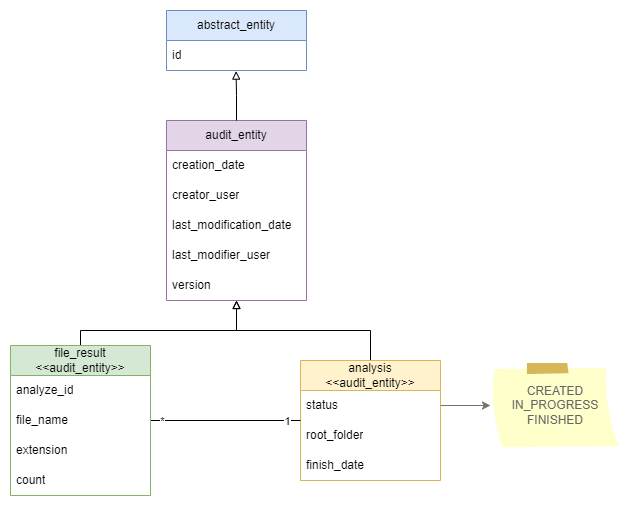
Above: docs/img/entity-diagram.drawio.png in DanisovszkyMark/foldsight (draw.io), before the change. Source tidied: cells renumbered, new cells last; positions are measured from the earlier drawing's top-left corner, leaving out a move shared by most shapes. Source of this version:
```xml
<mxGraphModel>
  <root>
    <mxCell id="0" />
    <mxCell id="1" parent="0" />
    <mxCell id="2" style="edgeStyle=orthogonalEdgeStyle;rounded=0;jettySize=auto;html=1;endArrow=block;endFill=0;" parent="1" edge="1" source="3" target="18">
      <mxGeometry relative="1" as="geometry" />
    </mxCell>
    <mxCell id="3" value="&lt;div&gt;analysis&lt;/div&gt;&lt;div&gt;&amp;lt;&amp;lt;audit_entity&amp;gt;&amp;gt;&lt;/div&gt;" style="swimlane;fontStyle=0;horizontal=1;startSize=30;whiteSpace=wrap;html=1;fillColor=#fff2cc;strokeColor=#d6b656;" parent="1" vertex="1">
      <mxGeometry x="290" y="350" width="140" height="120" as="geometry" />
    </mxCell>
    <mxCell id="4" value="status" style="text;strokeColor=none;fillColor=none;align=left;verticalAlign=middle;spacingLeft=4;spacingRight=4;overflow=hidden;points=[[0,0.5],[1,0.5]];portConstraint=eastwest;whiteSpace=wrap;html=1;" parent="3" vertex="1">
      <mxGeometry y="30" width="140" height="30" as="geometry" />
    </mxCell>
    <mxCell id="5" value="root_folder" style="text;strokeColor=none;fillColor=none;align=left;verticalAlign=middle;spacingLeft=4;spacingRight=4;overflow=hidden;whiteSpace=wrap;html=1;" parent="3" vertex="1">
      <mxGeometry y="60" width="140" height="30" as="geometry" />
    </mxCell>
    <mxCell id="6" value="finish_date" style="text;strokeColor=none;fillColor=none;align=left;verticalAlign=middle;spacingLeft=4;spacingRight=4;overflow=hidden;whiteSpace=wrap;html=1;" parent="3" vertex="1">
      <mxGeometry y="90" width="140" height="30" as="geometry" />
    </mxCell>
    <mxCell id="7" style="edgeStyle=orthogonalEdgeStyle;rounded=0;jettySize=auto;html=1;endArrow=none;endFill=0;" parent="1" edge="1" source="11" target="3">
      <mxGeometry relative="1" as="geometry" />
    </mxCell>
    <mxCell id="8" value="1" style="edgeLabel;html=1;align=center;verticalAlign=middle;" parent="7" vertex="1">
      <mxGeometry x="0.81" relative="1" as="geometry" />
    </mxCell>
    <mxCell id="9" value="*" style="edgeLabel;html=1;align=center;verticalAlign=middle;" parent="7" vertex="1">
      <mxGeometry x="-0.86" relative="1" as="geometry" />
    </mxCell>
    <mxCell id="10" style="edgeStyle=orthogonalEdgeStyle;rounded=0;jettySize=auto;html=1;endArrow=block;endFill=0;" parent="1" edge="1" source="11" target="18">
      <mxGeometry relative="1" as="geometry">
        <Array as="points">
          <mxPoint x="70" y="320" />
          <mxPoint x="226" y="320" />
        </Array>
      </mxGeometry>
    </mxCell>
    <mxCell id="11" value="file_result&lt;div&gt;&amp;lt;&amp;lt;audit_entity&amp;gt;&amp;gt;&lt;/div&gt;" style="swimlane;fontStyle=0;horizontal=1;startSize=30;whiteSpace=wrap;html=1;fillColor=#d5e8d4;strokeColor=#82b366;" parent="1" vertex="1">
      <mxGeometry y="335" width="140" height="150" as="geometry" />
    </mxCell>
    <mxCell id="12" value="analyze_id" style="text;strokeColor=none;fillColor=none;align=left;verticalAlign=middle;spacingLeft=4;spacingRight=4;overflow=hidden;whiteSpace=wrap;html=1;" parent="11" vertex="1">
      <mxGeometry y="30" width="140" height="30" as="geometry" />
    </mxCell>
    <mxCell id="13" value="file_name" style="text;strokeColor=none;fillColor=none;align=left;verticalAlign=middle;spacingLeft=4;spacingRight=4;overflow=hidden;whiteSpace=wrap;html=1;" parent="11" vertex="1">
      <mxGeometry y="60" width="140" height="30" as="geometry" />
    </mxCell>
    <mxCell id="14" value="extension" style="text;strokeColor=none;fillColor=none;align=left;verticalAlign=middle;spacingLeft=4;spacingRight=4;overflow=hidden;whiteSpace=wrap;html=1;" parent="11" vertex="1">
      <mxGeometry y="90" width="140" height="30" as="geometry" />
    </mxCell>
    <mxCell id="15" value="count" style="text;strokeColor=none;fillColor=none;align=left;verticalAlign=middle;spacingLeft=4;spacingRight=4;overflow=hidden;whiteSpace=wrap;html=1;" parent="11" vertex="1">
      <mxGeometry y="120" width="140" height="30" as="geometry" />
    </mxCell>
    <mxCell id="16" value="abstract_entity" style="swimlane;fontStyle=0;horizontal=1;startSize=30;whiteSpace=wrap;html=1;fillColor=#dae8fc;strokeColor=#6c8ebf;" parent="1" vertex="1">
      <mxGeometry x="156" width="140" height="60" as="geometry" />
    </mxCell>
    <mxCell id="17" value="id" style="text;strokeColor=none;fillColor=none;align=left;verticalAlign=middle;spacingLeft=4;spacingRight=4;overflow=hidden;points=[[0,0.5],[1,0.5]];portConstraint=eastwest;whiteSpace=wrap;html=1;" parent="16" vertex="1">
      <mxGeometry y="30" width="140" height="30" as="geometry" />
    </mxCell>
    <mxCell id="18" value="audit_entity" style="swimlane;fontStyle=0;horizontal=1;startSize=30;whiteSpace=wrap;html=1;fillColor=#e1d5e7;strokeColor=#9673a6;" parent="1" vertex="1">
      <mxGeometry x="156" y="110" width="140" height="180" as="geometry" />
    </mxCell>
    <mxCell id="19" value="creation_date" style="text;strokeColor=none;fillColor=none;align=left;verticalAlign=middle;spacingLeft=4;spacingRight=4;overflow=hidden;whiteSpace=wrap;html=1;" parent="18" vertex="1">
      <mxGeometry y="30" width="140" height="30" as="geometry" />
    </mxCell>
    <mxCell id="20" value="creator_user" style="text;strokeColor=none;fillColor=none;align=left;verticalAlign=middle;spacingLeft=4;spacingRight=4;overflow=hidden;whiteSpace=wrap;html=1;" parent="18" vertex="1">
      <mxGeometry y="60" width="140" height="30" as="geometry" />
    </mxCell>
    <mxCell id="21" value="last_modification_date" style="text;strokeColor=none;fillColor=none;align=left;verticalAlign=middle;spacingLeft=4;spacingRight=4;overflow=hidden;whiteSpace=wrap;html=1;" parent="18" vertex="1">
      <mxGeometry y="90" width="140" height="30" as="geometry" />
    </mxCell>
    <mxCell id="22" value="last_modifier_user" style="text;strokeColor=none;fillColor=none;align=left;verticalAlign=middle;spacingLeft=4;spacingRight=4;overflow=hidden;whiteSpace=wrap;html=1;" parent="18" vertex="1">
      <mxGeometry y="120" width="140" height="30" as="geometry" />
    </mxCell>
    <mxCell id="23" value="version" style="text;strokeColor=none;fillColor=none;align=left;verticalAlign=middle;spacingLeft=4;spacingRight=4;overflow=hidden;whiteSpace=wrap;html=1;" parent="18" vertex="1">
      <mxGeometry y="150" width="140" height="30" as="geometry" />
    </mxCell>
    <mxCell id="24" style="edgeStyle=orthogonalEdgeStyle;rounded=0;jettySize=auto;html=1;entryX=0.497;entryY=1.02;entryDx=0;entryDy=0;entryPerimeter=0;endArrow=block;endFill=0;" parent="1" edge="1" source="18" target="17">
      <mxGeometry relative="1" as="geometry" />
    </mxCell>
    <mxCell id="25" value="CREATED&lt;div style=&quot;font-size: 12px;&quot;&gt;IN_PROGRESS&lt;/div&gt;&lt;div style=&quot;font-size: 12px;&quot;&gt;FINISHED&lt;/div&gt;" style="strokeWidth=1;shadow=0;dashed=0;align=center;html=1;shape=mxgraph.mockup.text.stickyNote2;fontColor=#666666;mainText=;fontSize=12;whiteSpace=wrap;fillColor=#ffffcc;strokeColor=#D6B656;" parent="1" vertex="1">
      <mxGeometry x="480" y="352.5" width="130" height="85" as="geometry" />
    </mxCell>
    <mxCell id="26" style="edgeStyle=orthogonalEdgeStyle;rounded=0;jettySize=auto;html=1;fontColor=default;strokeColor=#737373;" parent="1" edge="1" source="4" target="25">
      <mxGeometry relative="1" as="geometry" />
    </mxCell>
  </root>
</mxGraphModel>
```
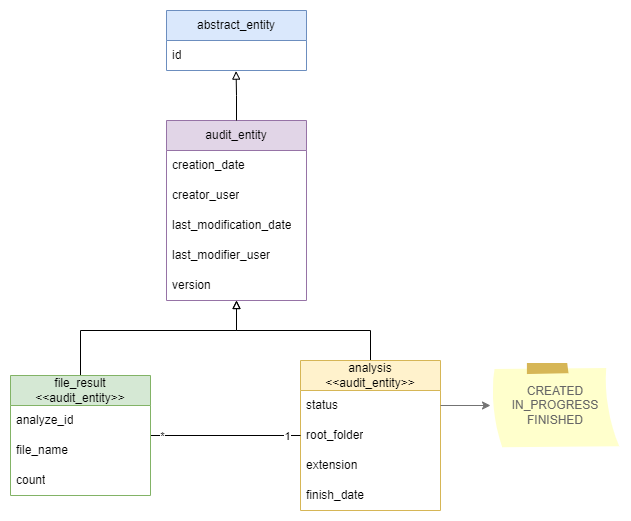
Above is the later version.

Diff of the diagram source:
```diff
@@ -6,7 +6,7 @@
       <mxGeometry relative="1" as="geometry" />
     </mxCell>
     <mxCell id="3" value="&lt;div&gt;analysis&lt;/div&gt;&lt;div&gt;&amp;lt;&amp;lt;audit_entity&amp;gt;&amp;gt;&lt;/div&gt;" style="swimlane;fontStyle=0;horizontal=1;startSize=30;whiteSpace=wrap;html=1;fillColor=#fff2cc;strokeColor=#d6b656;" parent="1" vertex="1">
-      <mxGeometry x="290" y="350" width="140" height="120" as="geometry" />
+      <mxGeometry x="290" y="350" width="140" height="150" as="geometry" />
     </mxCell>
     <mxCell id="4" value="status" style="text;strokeColor=none;fillColor=none;align=left;verticalAlign=middle;spacingLeft=4;spacingRight=4;overflow=hidden;points=[[0,0.5],[1,0.5]];portConstraint=eastwest;whiteSpace=wrap;html=1;" parent="3" vertex="1">
       <mxGeometry y="30" width="140" height="30" as="geometry" />
@@ -14,8 +14,11 @@
     <mxCell id="5" value="root_folder" style="text;strokeColor=none;fillColor=none;align=left;verticalAlign=middle;spacingLeft=4;spacingRight=4;overflow=hidden;whiteSpace=wrap;html=1;" parent="3" vertex="1">
       <mxGeometry y="60" width="140" height="30" as="geometry" />
     </mxCell>
+    <mxCell id="14" value="extension" style="text;strokeColor=none;fillColor=none;align=left;verticalAlign=middle;spacingLeft=4;spacingRight=4;overflow=hidden;whiteSpace=wrap;html=1;" parent="3" vertex="1">
+      <mxGeometry y="90" width="140" height="30" as="geometry" />
+    </mxCell>
     <mxCell id="6" value="finish_date" style="text;strokeColor=none;fillColor=none;align=left;verticalAlign=middle;spacingLeft=4;spacingRight=4;overflow=hidden;whiteSpace=wrap;html=1;" parent="3" vertex="1">
-      <mxGeometry y="90" width="140" height="30" as="geometry" />
+      <mxGeometry y="120" width="140" height="30" as="geometry" />
     </mxCell>
     <mxCell id="7" style="edgeStyle=orthogonalEdgeStyle;rounded=0;jettySize=auto;html=1;endArrow=none;endFill=0;" parent="1" edge="1" source="11" target="3">
       <mxGeometry relative="1" as="geometry" />
@@ -35,7 +38,7 @@
       </mxGeometry>
     </mxCell>
     <mxCell id="11" value="file_result&lt;div&gt;&amp;lt;&amp;lt;audit_entity&amp;gt;&amp;gt;&lt;/div&gt;" style="swimlane;fontStyle=0;horizontal=1;startSize=30;whiteSpace=wrap;html=1;fillColor=#d5e8d4;strokeColor=#82b366;" parent="1" vertex="1">
-      <mxGeometry y="335" width="140" height="150" as="geometry" />
+      <mxGeometry y="365" width="140" height="120" as="geometry" />
     </mxCell>
     <mxCell id="12" value="analyze_id" style="text;strokeColor=none;fillColor=none;align=left;verticalAlign=middle;spacingLeft=4;spacingRight=4;overflow=hidden;whiteSpace=wrap;html=1;" parent="11" vertex="1">
       <mxGeometry y="30" width="140" height="30" as="geometry" />
@@ -43,11 +46,8 @@
     <mxCell id="13" value="file_name" style="text;strokeColor=none;fillColor=none;align=left;verticalAlign=middle;spacingLeft=4;spacingRight=4;overflow=hidden;whiteSpace=wrap;html=1;" parent="11" vertex="1">
       <mxGeometry y="60" width="140" height="30" as="geometry" />
     </mxCell>
-    <mxCell id="14" value="extension" style="text;strokeColor=none;fillColor=none;align=left;verticalAlign=middle;spacingLeft=4;spacingRight=4;overflow=hidden;whiteSpace=wrap;html=1;" parent="11" vertex="1">
-      <mxGeometry y="90" width="140" height="30" as="geometry" />
-    </mxCell>
     <mxCell id="15" value="count" style="text;strokeColor=none;fillColor=none;align=left;verticalAlign=middle;spacingLeft=4;spacingRight=4;overflow=hidden;whiteSpace=wrap;html=1;" parent="11" vertex="1">
-      <mxGeometry y="120" width="140" height="30" as="geometry" />
+      <mxGeometry y="90" width="140" height="30" as="geometry" />
     </mxCell>
     <mxCell id="16" value="abstract_entity" style="swimlane;fontStyle=0;horizontal=1;startSize=30;whiteSpace=wrap;html=1;fillColor=#dae8fc;strokeColor=#6c8ebf;" parent="1" vertex="1">
       <mxGeometry x="156" width="140" height="60" as="geometry" />
```
